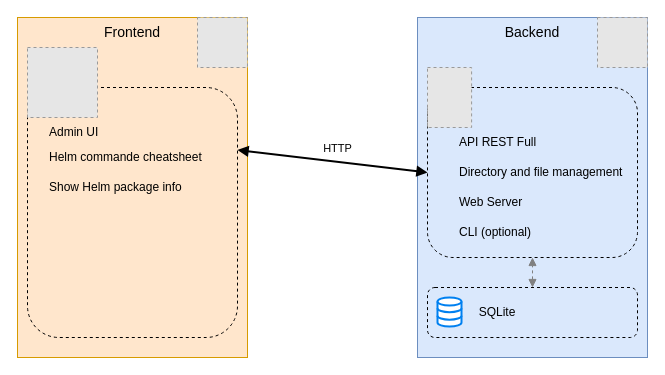
Earlier version of the draw.io diagram architecture.drawio (BenjaminFourmaux/helm-registry). Source tidied: cells renumbered, new cells numbered last; positions are measured from the earlier drawing's top-left corner, leaving out a move shared by most shapes. Both pictures are drawn from the tidied source at 100%, with x=0, y=0 at pixel (17, 17). Pictures stored in the file or linked from it are replaced by grey dashed boxes.
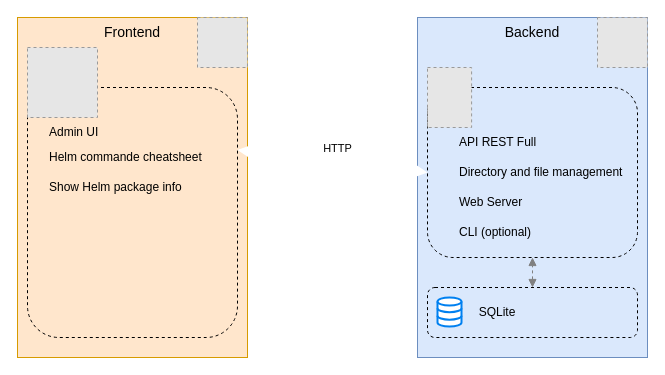
Above is the later version.

The change refers to these unchanged cells:
```xml
<mxCell id="10" style="rounded=1;whiteSpace=wrap;html=1;fillColor=none;dashed=1;" parent="1" vertex="1">
  <mxGeometry x="410" y="70" width="210" height="170" as="geometry" />
</mxCell>
<mxCell id="16" style="rounded=1;whiteSpace=wrap;html=1;fillColor=none;dashed=1;" parent="1" vertex="1">
  <mxGeometry x="10" y="70" width="210" height="250" as="geometry" />
</mxCell>
```

Diff of the diagram source:
```diff
@@
-    <mxCell id="22" style="endArrow=block;startArrow=block;html=1;rounded=0;exitX=1;exitY=0.25;exitDx=0;exitDy=0;entryX=0;entryY=0.5;entryDx=0;entryDy=0;strokeWidth=2;endFill=1;startFill=1;" parent="1" edge="1" source="16" target="10">
+    <mxCell id="22" style="endArrow=block;startArrow=block;html=1;rounded=0;exitX=1;exitY=0.25;exitDx=0;exitDy=0;entryX=0;entryY=0.5;entryDx=0;entryDy=0;strokeWidth=2;endFill=1;startFill=1;strokeColor=#FFFFFF;shadow=0;targetPerimeterSpacing=0;" parent="1" edge="1" source="16" target="10">
       <mxGeometry relative="1" as="geometry" />
     </mxCell>
```
